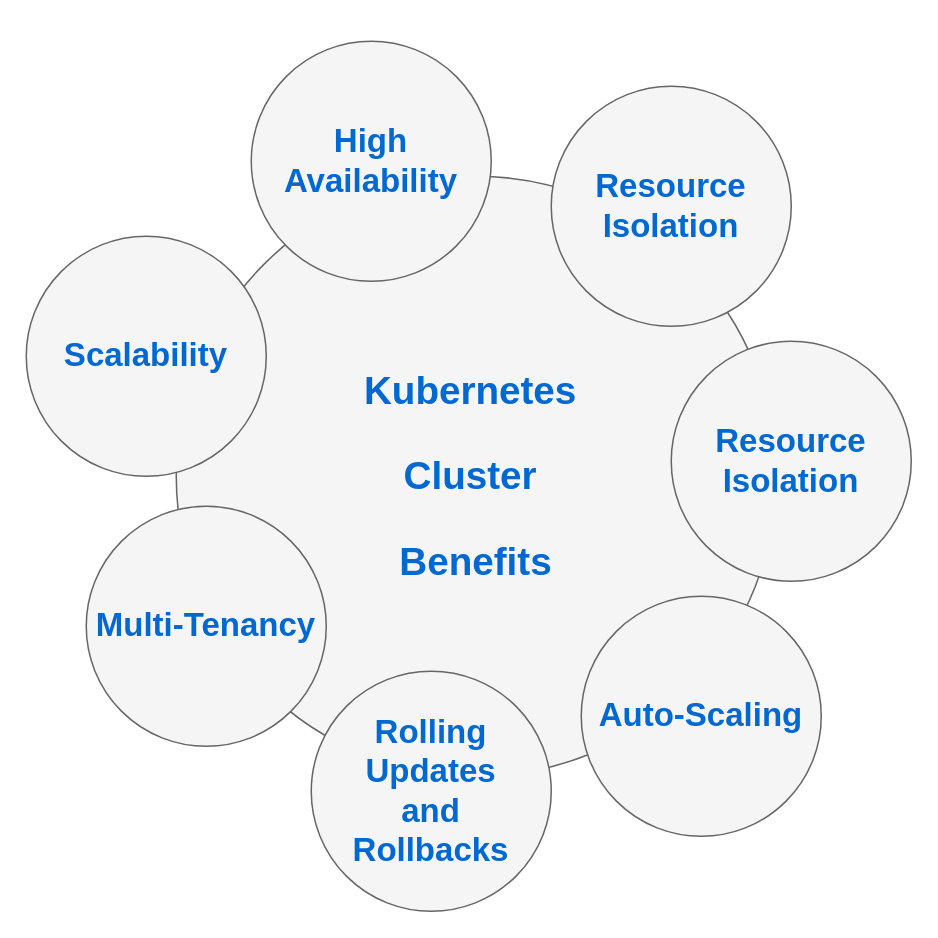
This is Untitled Diagram.drawio from MattGhafouri/MajeQafouri, a draw.io file, before an edit. Source tidied: cells renumbered, new cells numbered last; positions are measured from the earlier drawing's top-left corner, leaving out a move shared by most shapes. Both pictures are drawn from the tidied source at 150%, with x=0, y=0 at pixel (26, 40).
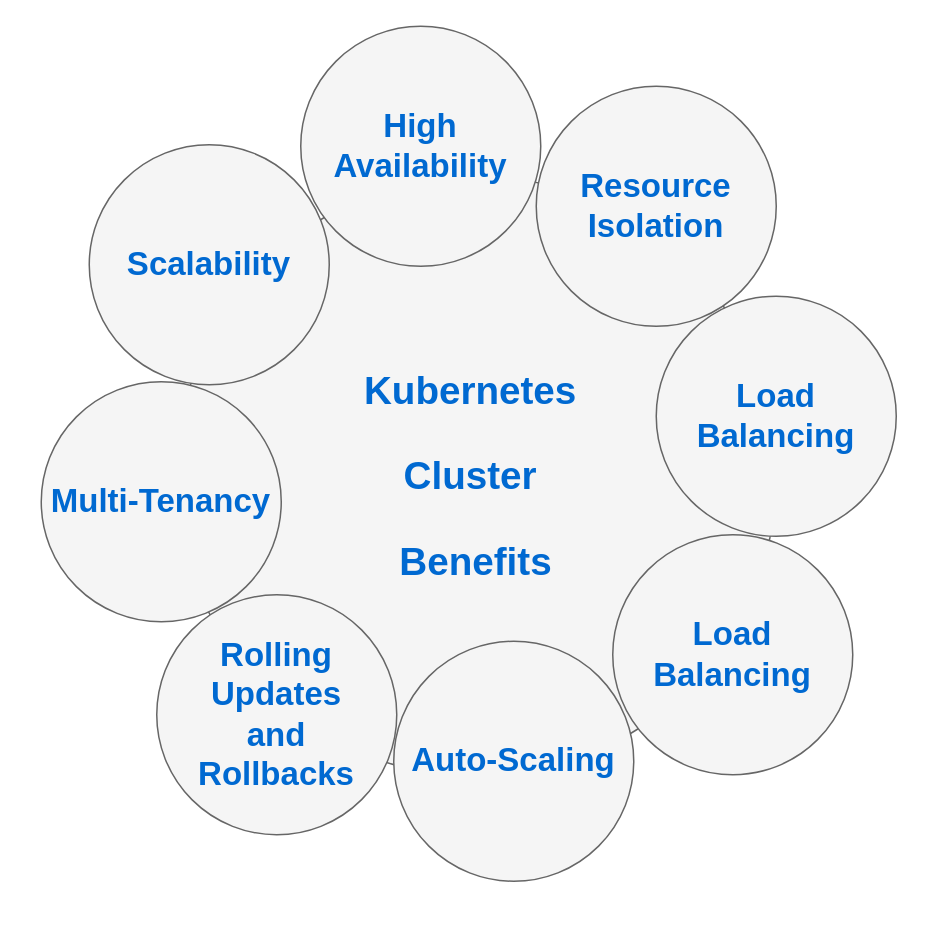
The same page after the edit.

The edit, as a diff of the source:
```diff
@@
 <mxGraphModel>
   <root>
     <mxCell id="0" />
     <mxCell id="1" parent="0" />
     <mxCell id="2" value="&lt;h3 class=&quot;graf graf--h3&quot; name=&quot;c93f&quot;&gt;&lt;font face=&quot;Helvetica&quot;&gt;Kubernetes&amp;nbsp;&lt;/font&gt;&lt;/h3&gt;&lt;h3 class=&quot;graf graf--h3&quot; name=&quot;c93f&quot;&gt;&lt;font face=&quot;Helvetica&quot;&gt;Cluster&amp;nbsp;&lt;/font&gt;&lt;/h3&gt;&lt;h3 class=&quot;graf graf--h3&quot; name=&quot;c93f&quot;&gt;&lt;font face=&quot;Helvetica&quot;&gt;Benefits&lt;/font&gt;&lt;br&gt;&lt;/h3&gt;" style="ellipse;whiteSpace=wrap;html=1;rounded=0;shadow=0;dashed=0;comic=0;fontFamily=Verdana;fontSize=22;fontColor=#0069D1;fillColor=#f5f5f5;strokeColor=#666666;" parent="1" vertex="1">
       <mxGeometry x="100" y="90" width="400" height="400" as="geometry" />
     </mxCell>
     <mxCell id="3" value="&lt;font face=&quot;Helvetica&quot;&gt;&lt;b&gt;High Availability&lt;/b&gt;&lt;/font&gt;" style="ellipse;whiteSpace=wrap;html=1;rounded=0;shadow=0;dashed=0;comic=0;fontFamily=Verdana;fontSize=22;fontColor=#0069D1;fillColor=#f5f5f5;strokeColor=#666666;" parent="1" vertex="1">
-      <mxGeometry x="150" width="160" height="160" as="geometry" />
+      <mxGeometry x="183" y="-10" width="160" height="160" as="geometry" />
     </mxCell>
     <mxCell id="4" value="&lt;font face=&quot;Helvetica&quot;&gt;&lt;b&gt;Rolling Updates &lt;br&gt;and &lt;br&gt;Rollbacks&lt;/b&gt;&lt;/font&gt;" style="ellipse;whiteSpace=wrap;html=1;rounded=0;shadow=0;dashed=0;comic=0;fontFamily=Verdana;fontSize=22;fontColor=#0069D1;fillColor=#f5f5f5;strokeColor=#666666;align=center;" parent="1" vertex="1">
-      <mxGeometry x="190" y="420" width="160" height="160" as="geometry" />
+      <mxGeometry x="87" y="369" width="160" height="160" as="geometry" />
     </mxCell>
     <mxCell id="5" value="&lt;font face=&quot;Helvetica&quot;&gt;&lt;b&gt;Scalability&lt;/b&gt;&lt;/font&gt;" style="ellipse;whiteSpace=wrap;html=1;rounded=0;shadow=0;dashed=0;comic=0;fontFamily=Verdana;fontSize=22;fontColor=#0069D1;fillColor=#f5f5f5;strokeColor=#666666;" parent="1" vertex="1">
-      <mxGeometry y="130" width="160" height="160" as="geometry" />
+      <mxGeometry x="42" y="69" width="160" height="160" as="geometry" />
     </mxCell>
     <mxCell id="6" value="&lt;font face=&quot;Helvetica&quot;&gt;&lt;b&gt;Resource Isolation&lt;/b&gt;&lt;/font&gt;" style="ellipse;whiteSpace=wrap;html=1;rounded=0;shadow=0;dashed=0;comic=0;fontFamily=Verdana;fontSize=22;fontColor=#0069D1;fillColor=#f5f5f5;strokeColor=#666666;align=center;" parent="1" vertex="1">
-      <mxGeometry x="350" y="30" width="160" height="160" as="geometry" />
+      <mxGeometry x="340" y="30" width="160" height="160" as="geometry" />
     </mxCell>
     <mxCell id="7" value="&lt;div&gt;&lt;font style=&quot;&quot; face=&quot;Helvetica&quot;&gt;&lt;b&gt;Auto-Scaling&lt;/b&gt;&lt;/font&gt;&lt;br&gt;&lt;/div&gt;" style="ellipse;whiteSpace=wrap;html=1;rounded=0;shadow=0;dashed=0;comic=0;fontFamily=Verdana;fontSize=22;fontColor=#0069D1;fillColor=#f5f5f5;strokeColor=#666666;" parent="1" vertex="1">
-      <mxGeometry x="370" y="370" width="160" height="160" as="geometry" />
+      <mxGeometry x="245" y="400" width="160" height="160" as="geometry" />
     </mxCell>
     <mxCell id="8" value="&lt;div&gt;&lt;b&gt;&lt;font face=&quot;Helvetica&quot;&gt;Multi-Tenancy&lt;/font&gt;&lt;/b&gt;&lt;br&gt;&lt;/div&gt;" style="ellipse;whiteSpace=wrap;html=1;rounded=0;shadow=0;dashed=0;comic=0;fontFamily=Verdana;fontSize=22;fontColor=#0069D1;fillColor=#f5f5f5;strokeColor=#666666;" parent="1" vertex="1">
-      <mxGeometry x="40" y="310" width="160" height="160" as="geometry" />
+      <mxGeometry x="10" y="227" width="160" height="160" as="geometry" />
     </mxCell>
-    <mxCell id="9" value="&lt;font face=&quot;Helvetica&quot;&gt;&lt;b&gt;Resource Isolation&lt;/b&gt;&lt;/font&gt;" style="ellipse;whiteSpace=wrap;html=1;rounded=0;shadow=0;dashed=0;comic=0;fontFamily=Verdana;fontSize=22;fontColor=#0069D1;fillColor=#f5f5f5;strokeColor=#666666;align=center;" parent="1" vertex="1">
-      <mxGeometry x="430" y="200" width="160" height="160" as="geometry" />
+    <mxCell id="9" value="&lt;font face=&quot;Helvetica&quot;&gt;&lt;b&gt;Load Balancing&lt;/b&gt;&lt;/font&gt;" style="ellipse;whiteSpace=wrap;html=1;rounded=0;shadow=0;dashed=0;comic=0;fontFamily=Verdana;fontSize=22;fontColor=#0069D1;fillColor=#f5f5f5;strokeColor=#666666;align=center;" parent="1" vertex="1">
+      <mxGeometry x="420" y="170" width="160" height="160" as="geometry" />
     </mxCell>
+    <mxCell id="10" value="&lt;font face=&quot;Helvetica&quot;&gt;&lt;b&gt;Load Balancing&lt;/b&gt;&lt;/font&gt;" style="ellipse;whiteSpace=wrap;html=1;rounded=0;shadow=0;dashed=0;comic=0;fontFamily=Verdana;fontSize=22;fontColor=#0069D1;fillColor=#f5f5f5;strokeColor=#666666;align=center;" parent="1" vertex="1">
+      <mxGeometry x="391" y="329" width="160" height="160" as="geometry" />
+    </mxCell>
   </root>
 </mxGraphModel>
```
